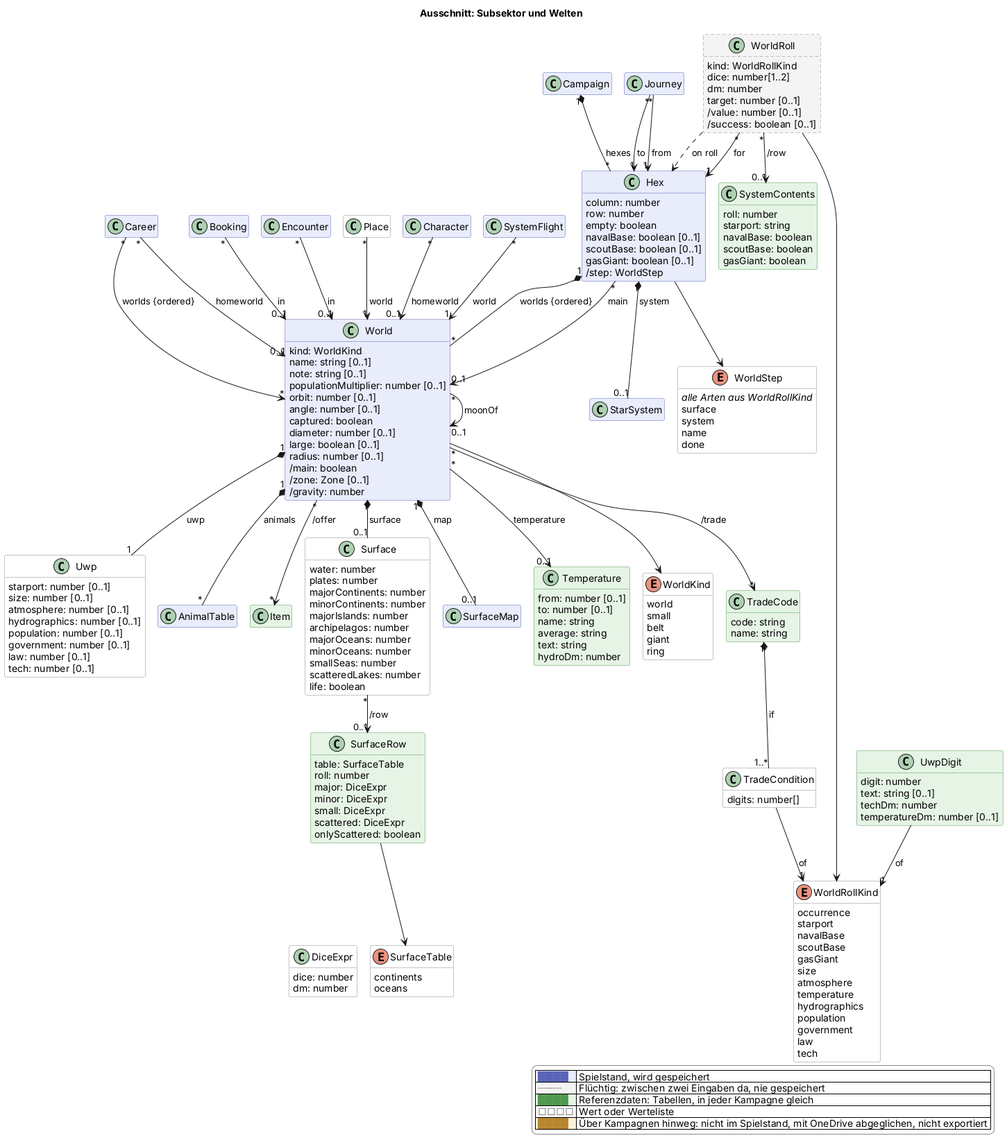
This is docs/views/sektor.png from scuzzar/SRE, a PlantUML export, as it was before one commit.
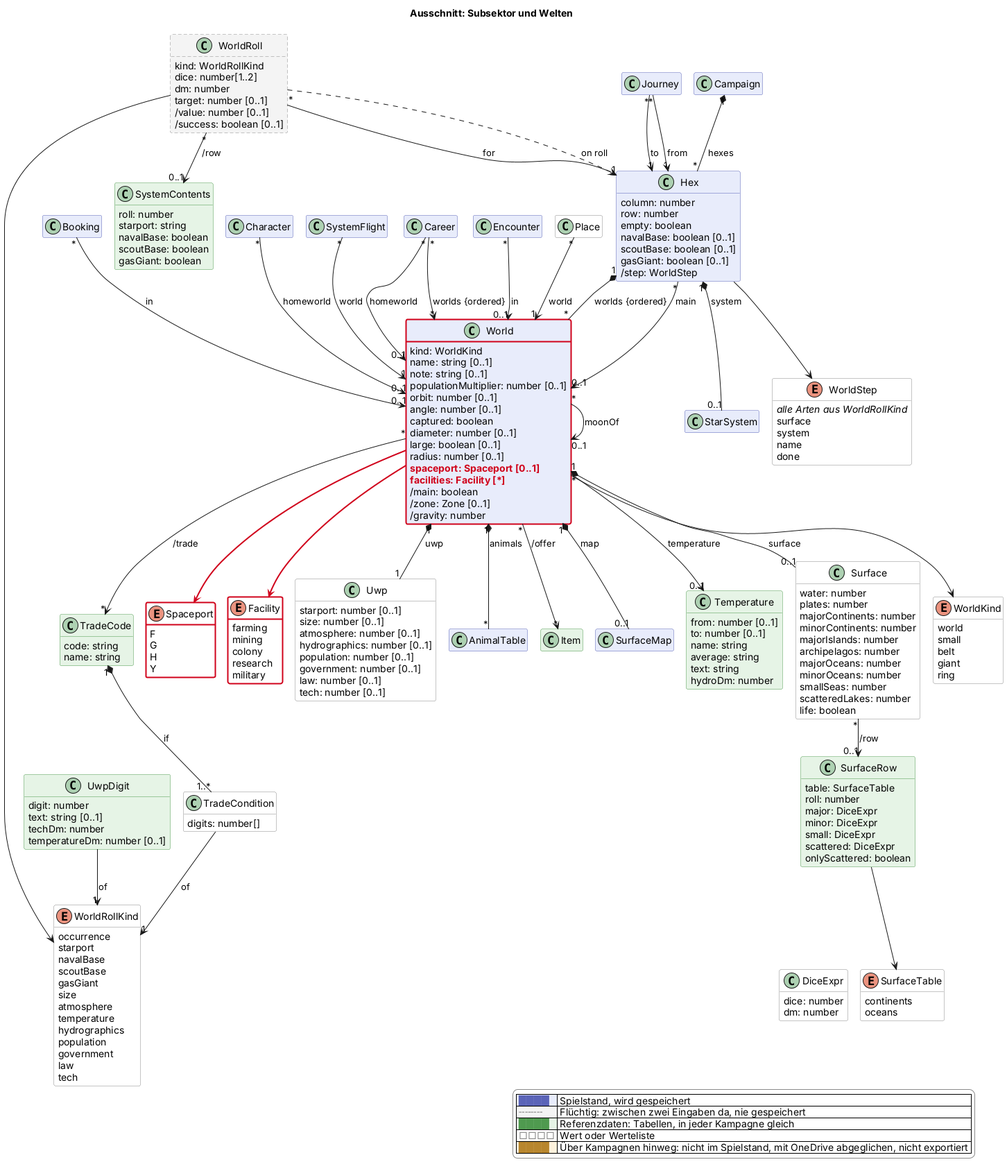
Above is the later version.

Change to the diagram source:
```diff
@@ -99,6 +99,8 @@
     diameter: number [0..1]
     large: boolean [0..1]
     radius: number [0..1]
+    $new("2026-11-20c", "spaceport: Spaceport [0..1]")
+    $new("2026-11-20c", "facilities: Facility [*]")
     /main: boolean
     /zone: Zone [0..1]
     /gravity: number
@@ -109,6 +111,19 @@
     belt
     giant
     ring
+  }
+  enum Spaceport <<value>> $sektor $newClass("2026-11-20c") {
+    F
+    G
+    H
+    Y
+  }
+  enum Facility <<value>> $sektor $newClass("2026-11-20c") {
+    farming
+    mining
+    colony
+    research
+    military
   }
   class Uwp <<value>> $sektor {
     starport: number [0..1]
@@ -229,6 +244,8 @@
 Hex "*" --> "0..1" World : main
 World "*" --> "0..1" World : moonOf
 World --> WorldKind
+World -$newArrow("2026-11-20c")-> Spaceport
+World -$newArrow("2026-11-20c")-> Facility
 
 Journey "*" --> "1" Hex : from
 Journey "*" --> "1" Hex : to
@@ -275,4 +292,5 @@
   |<#ffffff> <color:#8a8a8a>□□□□</color> | Wert oder Werteliste |
   |<#fdf1dc> <color:#b8862e>████</color> | Über Kampagnen hinweg: nicht im Spielstand, mit OneDrive abgeglichen, nicht exportiert |
 endlegend
+class World #line:d0021b;line.bold
 @enduml
```
